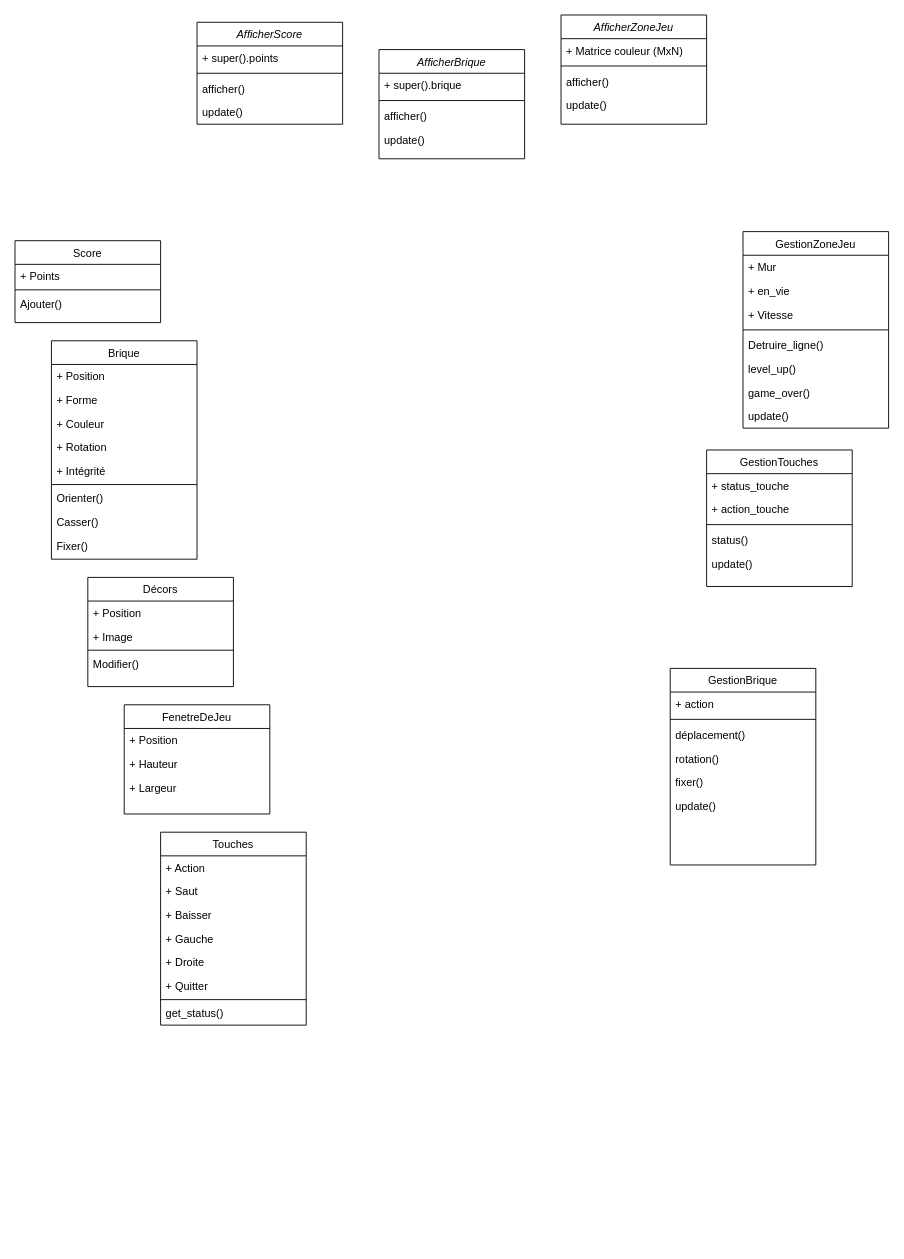
The draw.io diagram mario diagram.drawio in Emericdefay/OCR_P4-2, before the edit. Source tidied: cells renumbered, new cells numbered last; positions are measured from the earlier drawing's top-left corner, leaving out a move shared by most shapes. Both pictures are drawn from the tidied source at 91%, with x=0, y=0 at pixel (15, 15).
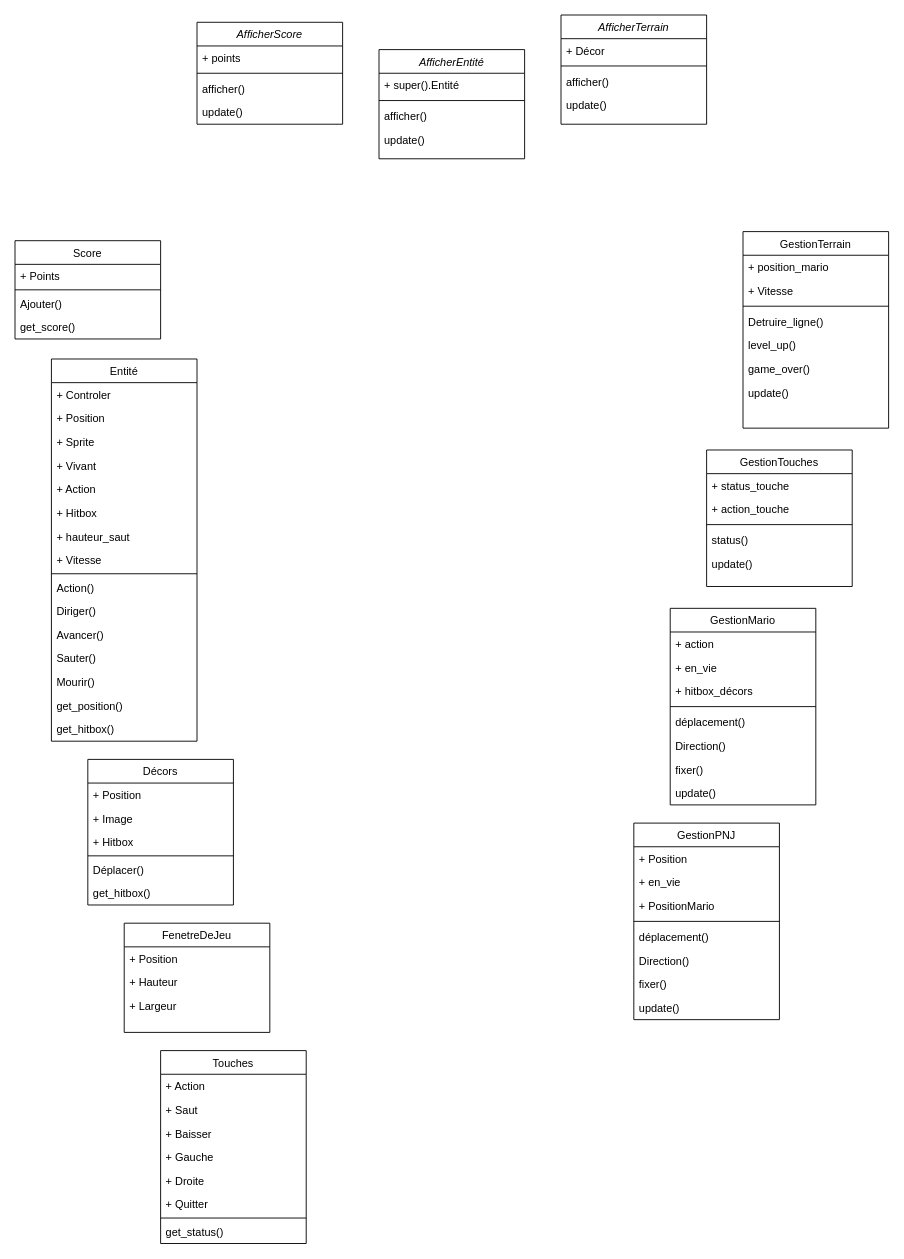
Above is the later version.

Commit message (it also covers changes not shown here):
correction ; improvement comprehension

The change refers to these unchanged cells:
```xml
<mxCell id="48" value="AfficherScore" style="swimlane;fontStyle=2;align=center;verticalAlign=top;horizontal=1;startSize=26;rounded=0;shadow=0;strokeWidth=1;" parent="1" vertex="1">
  <mxGeometry x="200" y="8" width="160" height="112" as="geometry" />
</mxCell>
```

What changed in the source:
```diff
@@
-    <mxCell id="2" value="AfficherZoneJeu" style="swimlane;fontStyle=2;align=center;verticalAlign=top;horizontal=1;startSize=26;rounded=0;shadow=0;strokeWidth=1;" parent="1" vertex="1">
+    <mxCell id="2" value="AfficherTerrain" style="swimlane;fontStyle=2;align=center;verticalAlign=top;horizontal=1;startSize=26;rounded=0;shadow=0;strokeWidth=1;" parent="1" vertex="1">
       <mxGeometry x="600" width="160" height="120" as="geometry" />
     </mxCell>
-    <mxCell id="3" value="+ Matrice couleur (MxN)" style="text;align=left;verticalAlign=top;spacingLeft=4;spacingRight=4;overflow=hidden;rounded=0;shadow=0;html=0;" parent="2" vertex="1">
+    <mxCell id="3" value="+ Décor" style="text;align=left;verticalAlign=top;spacingLeft=4;spacingRight=4;overflow=hidden;rounded=0;shadow=0;html=0;" parent="2" vertex="1">
       <mxGeometry y="26" width="160" height="26" as="geometry" />
     </mxCell>
@@
-    <mxCell id="7" value="Brique" style="swimlane;fontStyle=0;align=center;verticalAlign=top;horizontal=1;startSize=26;rounded=0;shadow=0;strokeWidth=1;" parent="1" vertex="1">
-      <mxGeometry x="40" y="358" width="160" height="240" as="geometry" />
+    <mxCell id="7" value="Entité" style="swimlane;fontStyle=0;align=center;verticalAlign=top;horizontal=1;startSize=26;rounded=0;shadow=0;strokeWidth=1;" parent="1" vertex="1">
+      <mxGeometry x="40" y="378" width="160" height="420" as="geometry" />
     </mxCell>
+    <mxCell id="71" value="+ Controler&#10;" style="text;align=left;verticalAlign=top;spacingLeft=4;spacingRight=4;overflow=hidden;rounded=0;shadow=0;html=0;" parent="7" vertex="1">
+      <mxGeometry y="26" width="160" height="26" as="geometry" />
+    </mxCell>
     <mxCell id="8" value="+ Position" style="text;align=left;verticalAlign=top;spacingLeft=4;spacingRight=4;overflow=hidden;" parent="7" vertex="1">
-      <mxGeometry y="26" width="160" height="26" as="geometry" />
+      <mxGeometry y="52" width="160" height="26" as="geometry" />
     </mxCell>
-    <mxCell id="9" value="+ Forme&#10;" style="text;align=left;verticalAlign=top;spacingLeft=4;spacingRight=4;overflow=hidden;rounded=0;shadow=0;html=0;" parent="7" vertex="1">
-      <mxGeometry y="52" width="160" height="26" as="geometry" />
+    <mxCell id="9" value="+ Sprite&#10;" style="text;align=left;verticalAlign=top;spacingLeft=4;spacingRight=4;overflow=hidden;rounded=0;shadow=0;html=0;" parent="7" vertex="1">
+      <mxGeometry y="78" width="160" height="26" as="geometry" />
     </mxCell>
-    <mxCell id="10" value="+ Couleur&#10;" style="text;align=left;verticalAlign=top;spacingLeft=4;spacingRight=4;overflow=hidden;rounded=0;shadow=0;html=0;" parent="7" vertex="1">
-      <mxGeometry y="78" width="160" height="26" as="geometry" />
-    </mxCell>
-    <mxCell id="11" value="+ Rotation&#10;" style="text;align=left;verticalAlign=top;spacingLeft=4;spacingRight=4;overflow=hidden;rounded=0;shadow=0;html=0;" parent="7" vertex="1">
+    <mxCell id="11" value="+ Vivant&#10;" style="text;align=left;verticalAlign=top;spacingLeft=4;spacingRight=4;overflow=hidden;rounded=0;shadow=0;html=0;" parent="7" vertex="1">
       <mxGeometry y="104" width="160" height="26" as="geometry" />
     </mxCell>
+    <mxCell id="72" value="+ Action&#10;" style="text;align=left;verticalAlign=top;spacingLeft=4;spacingRight=4;overflow=hidden;rounded=0;shadow=0;html=0;" parent="7" vertex="1">
+      <mxGeometry y="130" width="160" height="26" as="geometry" />
+    </mxCell>
+    <mxCell id="73" value="+ Hitbox&#10;" style="text;align=left;verticalAlign=top;spacingLeft=4;spacingRight=4;overflow=hidden;rounded=0;shadow=0;html=0;" parent="7" vertex="1">
+      <mxGeometry y="156" width="160" height="26" as="geometry" />
+    </mxCell>
+    <mxCell id="74" value="+ hauteur_saut&#10;" style="text;align=left;verticalAlign=top;spacingLeft=4;spacingRight=4;overflow=hidden;rounded=0;shadow=0;html=0;" parent="7" vertex="1">
+      <mxGeometry y="182" width="160" height="26" as="geometry" />
+    </mxCell>
-    <mxCell id="12" value="+ Intégrité&#10;" style="text;align=left;verticalAlign=top;spacingLeft=4;spacingRight=4;overflow=hidden;rounded=0;shadow=0;html=0;" parent="7" vertex="1">
-      <mxGeometry y="130" width="160" height="26" as="geometry" />
+    <mxCell id="12" value="+ Vitesse&#10;" style="text;align=left;verticalAlign=top;spacingLeft=4;spacingRight=4;overflow=hidden;rounded=0;shadow=0;html=0;" parent="7" vertex="1">
+      <mxGeometry y="208" width="160" height="26" as="geometry" />
     </mxCell>
     <mxCell id="13" style="line;html=1;strokeWidth=1;align=left;verticalAlign=middle;spacingTop=-1;spacingLeft=3;spacingRight=3;labelPosition=right;" parent="7" vertex="1">
-      <mxGeometry y="156" width="160" height="4" as="geometry" />
+      <mxGeometry y="234" width="160" height="4" as="geometry" />
     </mxCell>
+    <mxCell id="75" value="Action()" style="text;align=left;verticalAlign=top;spacingLeft=4;spacingRight=4;overflow=hidden;" parent="7" vertex="1">
+      <mxGeometry y="238" width="160" height="26" as="geometry" />
+    </mxCell>
-    <mxCell id="14" value="Orienter()" style="text;align=left;verticalAlign=top;spacingLeft=4;spacingRight=4;overflow=hidden;" parent="7" vertex="1">
-      <mxGeometry y="160" width="160" height="26" as="geometry" />
+    <mxCell id="14" value="Diriger()" style="text;align=left;verticalAlign=top;spacingLeft=4;spacingRight=4;overflow=hidden;" parent="7" vertex="1">
+      <mxGeometry y="264" width="160" height="26" as="geometry" />
     </mxCell>
+    <mxCell id="76" value="Avancer()" style="text;align=left;verticalAlign=top;spacingLeft=4;spacingRight=4;overflow=hidden;" parent="7" vertex="1">
+      <mxGeometry y="290" width="160" height="26" as="geometry" />
+    </mxCell>
+    <mxCell id="16" value="Sauter()" style="text;align=left;verticalAlign=top;spacingLeft=4;spacingRight=4;overflow=hidden;fontStyle=0;" parent="7" vertex="1">
+      <mxGeometry y="316" width="160" height="26" as="geometry" />
+    </mxCell>
-    <mxCell id="15" value="Casser()" style="text;align=left;verticalAlign=top;spacingLeft=4;spacingRight=4;overflow=hidden;fontStyle=0;" parent="7" vertex="1">
-      <mxGeometry y="186" width="160" height="26" as="geometry" />
+    <mxCell id="15" value="Mourir()" style="text;align=left;verticalAlign=top;spacingLeft=4;spacingRight=4;overflow=hidden;fontStyle=0;" parent="7" vertex="1">
+      <mxGeometry y="342" width="160" height="26" as="geometry" />
     </mxCell>
-    <mxCell id="16" value="Fixer()" style="text;align=left;verticalAlign=top;spacingLeft=4;spacingRight=4;overflow=hidden;fontStyle=0;" parent="7" vertex="1">
-      <mxGeometry y="212" width="160" height="26" as="geometry" />
-    </mxCell>
+    <mxCell id="77" value="get_position()" style="text;align=left;verticalAlign=top;spacingLeft=4;spacingRight=4;overflow=hidden;" parent="7" vertex="1">
+      <mxGeometry y="368" width="160" height="26" as="geometry" />
+    </mxCell>
+    <mxCell id="78" value="get_hitbox()" style="text;align=left;verticalAlign=top;spacingLeft=4;spacingRight=4;overflow=hidden;" parent="7" vertex="1">
+      <mxGeometry y="394" width="160" height="26" as="geometry" />
+    </mxCell>
-    <mxCell id="17" value="GestionZoneJeu" style="swimlane;fontStyle=0;align=center;verticalAlign=top;horizontal=1;startSize=26;rounded=0;shadow=0;strokeWidth=1;" parent="1" vertex="1">
+    <mxCell id="17" value="GestionTerrain" style="swimlane;fontStyle=0;align=center;verticalAlign=top;horizontal=1;startSize=26;rounded=0;shadow=0;strokeWidth=1;" parent="1" vertex="1">
       <mxGeometry x="800" y="238" width="160" height="216" as="geometry" />
     </mxCell>
-    <mxCell id="18" value="+ Mur" style="text;align=left;verticalAlign=top;spacingLeft=4;spacingRight=4;overflow=hidden;" parent="17" vertex="1">
+    <mxCell id="18" value="+ position_mario" style="text;align=left;verticalAlign=top;spacingLeft=4;spacingRight=4;overflow=hidden;" parent="17" vertex="1">
       <mxGeometry y="26" width="160" height="26" as="geometry" />
     </mxCell>
-    <mxCell id="19" value="+ en_vie" style="text;align=left;verticalAlign=top;spacingLeft=4;spacingRight=4;overflow=hidden;rounded=0;shadow=0;html=0;" parent="17" vertex="1">
-      <mxGeometry y="52" width="160" height="26" as="geometry" />
-    </mxCell>
     <mxCell id="20" value="+ Vitesse" style="text;align=left;verticalAlign=top;spacingLeft=4;spacingRight=4;overflow=hidden;rounded=0;shadow=0;html=0;" parent="17" vertex="1">
-      <mxGeometry y="78" width="160" height="26" as="geometry" />
+      <mxGeometry y="52" width="160" height="26" as="geometry" />
     </mxCell>
     <mxCell id="21" style="line;html=1;strokeWidth=1;align=left;verticalAlign=middle;spacingTop=-1;spacingLeft=3;spacingRight=3;labelPosition=right;" parent="17" vertex="1">
-      <mxGeometry y="104" width="160" height="8" as="geometry" />
+      <mxGeometry y="78" width="160" height="8" as="geometry" />
     </mxCell>
     <mxCell id="22" value="Detruire_ligne()" style="text;align=left;verticalAlign=top;spacingLeft=4;spacingRight=4;overflow=hidden;" parent="17" vertex="1">
-      <mxGeometry y="112" width="160" height="26" as="geometry" />
+      <mxGeometry y="86" width="160" height="26" as="geometry" />
     </mxCell>
     <mxCell id="23" value="level_up()" style="text;align=left;verticalAlign=top;spacingLeft=4;spacingRight=4;overflow=hidden;" parent="17" vertex="1">
-      <mxGeometry y="138" width="160" height="26" as="geometry" />
+      <mxGeometry y="112" width="160" height="26" as="geometry" />
     </mxCell>
     <mxCell id="24" value="game_over()" style="text;align=left;verticalAlign=top;spacingLeft=4;spacingRight=4;overflow=hidden;" parent="17" vertex="1">
-      <mxGeometry y="164" width="160" height="26" as="geometry" />
+      <mxGeometry y="138" width="160" height="26" as="geometry" />
     </mxCell>
     <mxCell id="25" value="update()" style="text;align=left;verticalAlign=top;spacingLeft=4;spacingRight=4;overflow=hidden;" parent="17" vertex="1">
-      <mxGeometry y="190" width="160" height="26" as="geometry" />
+      <mxGeometry y="164" width="160" height="26" as="geometry" />
     </mxCell>
     <mxCell id="26" value="Score" style="swimlane;fontStyle=0;align=center;verticalAlign=top;horizontal=1;startSize=26;rounded=0;shadow=0;strokeWidth=1;" parent="1" vertex="1">
-      <mxGeometry y="248" width="160" height="90" as="geometry" />
+      <mxGeometry y="248" width="160" height="108" as="geometry" />
     </mxCell>
@@
+    <mxCell id="79" value="get_score()" style="text;align=left;verticalAlign=top;spacingLeft=4;spacingRight=4;overflow=hidden;" parent="26" vertex="1">
+      <mxGeometry y="82" width="160" height="26" as="geometry" />
+    </mxCell>
     <mxCell id="30" value="FenetreDeJeu" style="swimlane;fontStyle=0;align=center;verticalAlign=top;horizontal=1;startSize=26;rounded=0;shadow=0;strokeWidth=1;" parent="1" vertex="1">
-      <mxGeometry x="120" y="758" width="160" height="120" as="geometry" />
+      <mxGeometry x="120" y="998" width="160" height="120" as="geometry" />
     </mxCell>
@@
     <mxCell id="34" value="Décors" style="swimlane;fontStyle=0;align=center;verticalAlign=top;horizontal=1;startSize=26;rounded=0;shadow=0;strokeWidth=1;" parent="1" vertex="1">
-      <mxGeometry x="80" y="618" width="160" height="120" as="geometry" />
+      <mxGeometry x="80" y="818" width="160" height="160" as="geometry" />
     </mxCell>
@@
+    <mxCell id="80" value="+ Image&#10;" style="text;align=left;verticalAlign=top;spacingLeft=4;spacingRight=4;overflow=hidden;rounded=0;shadow=0;html=0;" parent="34" vertex="1">
+      <mxGeometry y="52" width="160" height="26" as="geometry" />
+    </mxCell>
-    <mxCell id="36" value="+ Image&#10;" style="text;align=left;verticalAlign=top;spacingLeft=4;spacingRight=4;overflow=hidden;rounded=0;shadow=0;html=0;" parent="34" vertex="1">
-      <mxGeometry y="52" width="160" height="26" as="geometry" />
+    <mxCell id="36" value="+ Hitbox&#10;" style="text;align=left;verticalAlign=top;spacingLeft=4;spacingRight=4;overflow=hidden;rounded=0;shadow=0;html=0;" parent="34" vertex="1">
+      <mxGeometry y="78" width="160" height="26" as="geometry" />
     </mxCell>
     <mxCell id="37" style="line;html=1;strokeWidth=1;align=left;verticalAlign=middle;spacingTop=-1;spacingLeft=3;spacingRight=3;labelPosition=right;" parent="34" vertex="1">
-      <mxGeometry y="78" width="160" height="4" as="geometry" />
+      <mxGeometry y="104" width="160" height="4" as="geometry" />
     </mxCell>
-    <mxCell id="38" value="Modifier()" style="text;align=left;verticalAlign=top;spacingLeft=4;spacingRight=4;overflow=hidden;" parent="34" vertex="1">
-      <mxGeometry y="82" width="160" height="26" as="geometry" />
+    <mxCell id="38" value="Déplacer()" style="text;align=left;verticalAlign=top;spacingLeft=4;spacingRight=4;overflow=hidden;" parent="34" vertex="1">
+      <mxGeometry y="108" width="160" height="26" as="geometry" />
     </mxCell>
+    <mxCell id="81" value="get_hitbox()" style="text;align=left;verticalAlign=top;spacingLeft=4;spacingRight=4;overflow=hidden;" parent="34" vertex="1">
+      <mxGeometry y="134" width="160" height="26" as="geometry" />
+    </mxCell>
     <mxCell id="39" value="Touches" style="swimlane;fontStyle=0;align=center;verticalAlign=top;horizontal=1;startSize=26;rounded=0;shadow=0;strokeWidth=1;" parent="1" vertex="1">
-      <mxGeometry x="160" y="898" width="160" height="212" as="geometry" />
+      <mxGeometry x="160" y="1138" width="160" height="212" as="geometry" />
     </mxCell>
@@
-    <mxCell id="49" value="+ super().points" style="text;align=left;verticalAlign=top;spacingLeft=4;spacingRight=4;overflow=hidden;" parent="48" vertex="1">
+    <mxCell id="49" value="+ points" style="text;align=left;verticalAlign=top;spacingLeft=4;spacingRight=4;overflow=hidden;" parent="48" vertex="1">
       <mxGeometry y="26" width="160" height="26" as="geometry" />
     </mxCell>
@@
-    <mxCell id="53" value="AfficherBrique" style="swimlane;fontStyle=2;align=center;verticalAlign=top;horizontal=1;startSize=26;rounded=0;shadow=0;strokeWidth=1;" parent="1" vertex="1">
+    <mxCell id="53" value="AfficherEntité" style="swimlane;fontStyle=2;align=center;verticalAlign=top;horizontal=1;startSize=26;rounded=0;shadow=0;strokeWidth=1;" parent="1" vertex="1">
       <mxGeometry x="400" y="38" width="160" height="120" as="geometry" />
     </mxCell>
-    <mxCell id="54" value="+ super().brique" style="text;align=left;verticalAlign=top;spacingLeft=4;spacingRight=4;overflow=hidden;rounded=0;shadow=0;html=0;" parent="53" vertex="1">
+    <mxCell id="54" value="+ super().Entité" style="text;align=left;verticalAlign=top;spacingLeft=4;spacingRight=4;overflow=hidden;rounded=0;shadow=0;html=0;" parent="53" vertex="1">
       <mxGeometry y="26" width="160" height="26" as="geometry" />
     </mxCell>
@@
-    <mxCell id="64" value="GestionBrique" style="swimlane;fontStyle=0;align=center;verticalAlign=top;horizontal=1;startSize=26;rounded=0;shadow=0;strokeWidth=1;" parent="1" vertex="1">
-      <mxGeometry x="720" y="718" width="160" height="216" as="geometry" />
+    <mxCell id="64" value="GestionMario" style="swimlane;fontStyle=0;align=center;verticalAlign=top;horizontal=1;startSize=26;rounded=0;shadow=0;strokeWidth=1;" parent="1" vertex="1">
+      <mxGeometry x="720" y="652" width="160" height="216" as="geometry" />
     </mxCell>
@@
+    <mxCell id="82" value="+ en_vie" style="text;align=left;verticalAlign=top;spacingLeft=4;spacingRight=4;overflow=hidden;rounded=0;shadow=0;html=0;" parent="64" vertex="1">
+      <mxGeometry y="52" width="160" height="26" as="geometry" />
+    </mxCell>
+    <mxCell id="83" value="+ hitbox_décors" style="text;align=left;verticalAlign=top;spacingLeft=4;spacingRight=4;overflow=hidden;rounded=0;shadow=0;html=0;" parent="64" vertex="1">
+      <mxGeometry y="78" width="160" height="26" as="geometry" />
+    </mxCell>
     <mxCell id="66" style="line;html=1;strokeWidth=1;align=left;verticalAlign=middle;spacingTop=-1;spacingLeft=3;spacingRight=3;labelPosition=right;" parent="64" vertex="1">
-      <mxGeometry y="52" width="160" height="8" as="geometry" />
+      <mxGeometry y="104" width="160" height="8" as="geometry" />
     </mxCell>
     <mxCell id="67" value="déplacement()" style="text;align=left;verticalAlign=top;spacingLeft=4;spacingRight=4;overflow=hidden;" parent="64" vertex="1">
-      <mxGeometry y="60" width="160" height="26" as="geometry" />
+      <mxGeometry y="112" width="160" height="26" as="geometry" />
     </mxCell>
-    <mxCell id="68" value="rotation()" style="text;align=left;verticalAlign=top;spacingLeft=4;spacingRight=4;overflow=hidden;" parent="64" vertex="1">
-      <mxGeometry y="86" width="160" height="26" as="geometry" />
+    <mxCell id="68" value="Direction()" style="text;align=left;verticalAlign=top;spacingLeft=4;spacingRight=4;overflow=hidden;" parent="64" vertex="1">
+      <mxGeometry y="138" width="160" height="26" as="geometry" />
     </mxCell>
     <mxCell id="69" value="fixer()" style="text;align=left;verticalAlign=top;spacingLeft=4;spacingRight=4;overflow=hidden;" parent="64" vertex="1">
-      <mxGeometry y="112" width="160" height="26" as="geometry" />
+      <mxGeometry y="164" width="160" height="26" as="geometry" />
     </mxCell>
     <mxCell id="70" value="update()" style="text;align=left;verticalAlign=top;spacingLeft=4;spacingRight=4;overflow=hidden;" parent="64" vertex="1">
-      <mxGeometry y="138" width="160" height="26" as="geometry" />
+      <mxGeometry y="190" width="160" height="26" as="geometry" />
     </mxCell>
+    <mxCell id="84" value="GestionPNJ" style="swimlane;fontStyle=0;align=center;verticalAlign=top;horizontal=1;startSize=26;rounded=0;shadow=0;strokeWidth=1;" parent="1" vertex="1">
+      <mxGeometry x="680" y="888" width="160" height="216" as="geometry" />
+    </mxCell>
+    <mxCell id="85" value="+ Position" style="text;align=left;verticalAlign=top;spacingLeft=4;spacingRight=4;overflow=hidden;rounded=0;shadow=0;html=0;" parent="84" vertex="1">
+      <mxGeometry y="26" width="160" height="26" as="geometry" />
+    </mxCell>
+    <mxCell id="86" value="+ en_vie" style="text;align=left;verticalAlign=top;spacingLeft=4;spacingRight=4;overflow=hidden;rounded=0;shadow=0;html=0;" parent="84" vertex="1">
+      <mxGeometry y="52" width="160" height="26" as="geometry" />
+    </mxCell>
+    <mxCell id="87" value="+ PositionMario" style="text;align=left;verticalAlign=top;spacingLeft=4;spacingRight=4;overflow=hidden;rounded=0;shadow=0;html=0;" parent="84" vertex="1">
+      <mxGeometry y="78" width="160" height="26" as="geometry" />
+    </mxCell>
+    <mxCell id="88" style="line;html=1;strokeWidth=1;align=left;verticalAlign=middle;spacingTop=-1;spacingLeft=3;spacingRight=3;labelPosition=right;" parent="84" vertex="1">
+      <mxGeometry y="104" width="160" height="8" as="geometry" />
+    </mxCell>
+    <mxCell id="89" value="déplacement()" style="text;align=left;verticalAlign=top;spacingLeft=4;spacingRight=4;overflow=hidden;" parent="84" vertex="1">
+      <mxGeometry y="112" width="160" height="26" as="geometry" />
+    </mxCell>
+    <mxCell id="90" value="Direction()" style="text;align=left;verticalAlign=top;spacingLeft=4;spacingRight=4;overflow=hidden;" parent="84" vertex="1">
+      <mxGeometry y="138" width="160" height="26" as="geometry" />
+    </mxCell>
+    <mxCell id="91" value="fixer()" style="text;align=left;verticalAlign=top;spacingLeft=4;spacingRight=4;overflow=hidden;" parent="84" vertex="1">
+      <mxGeometry y="164" width="160" height="26" as="geometry" />
+    </mxCell>
+    <mxCell id="92" value="update()" style="text;align=left;verticalAlign=top;spacingLeft=4;spacingRight=4;overflow=hidden;" parent="84" vertex="1">
+      <mxGeometry y="190" width="160" height="26" as="geometry" />
+    </mxCell>
```
